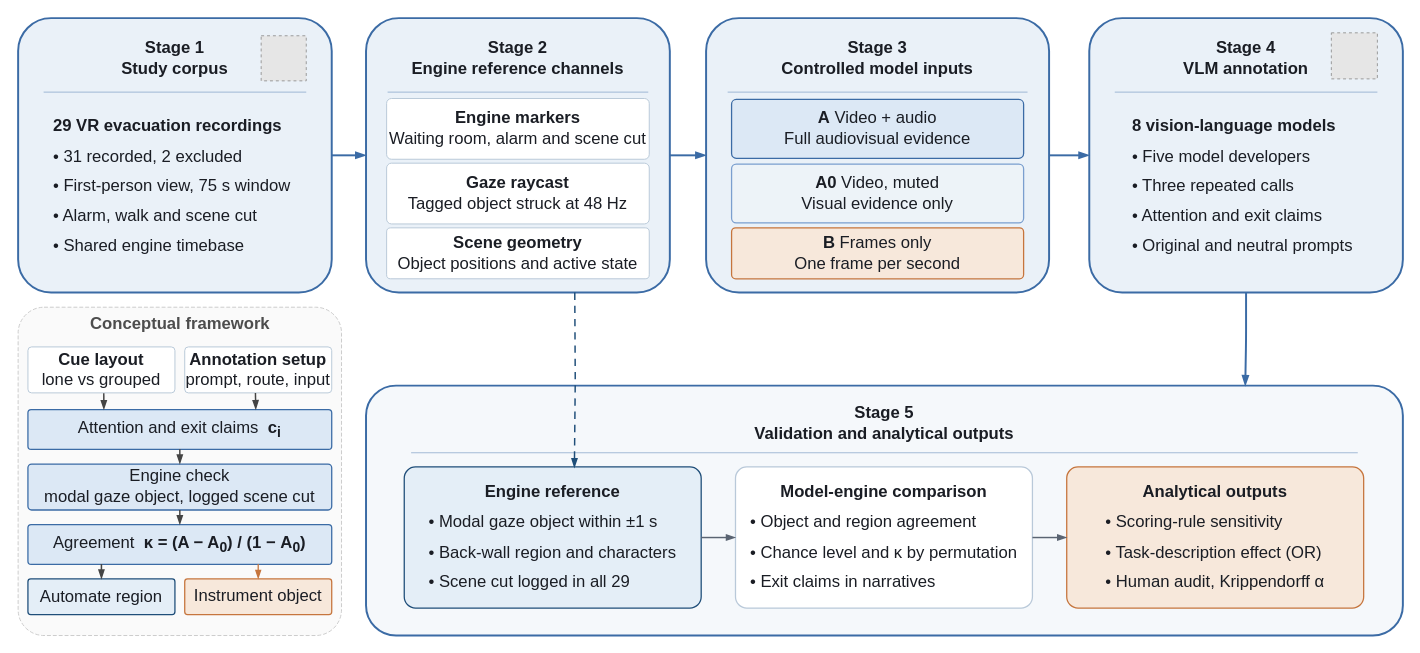
Above: paper/figures/q1_fig1_framework.drawio in pozapas/vr-evacuation-vlm-annotation (draw.io), before the change. Source tidied: cells renumbered, new cells numbered last; positions are measured from the earlier drawing's top-left corner, leaving out a move shared by most shapes. Both pictures are drawn from the tidied source at 98%, with x=0, y=0 at pixel (18, 18). Pictures stored in the file or linked from it are replaced by grey dashed boxes.
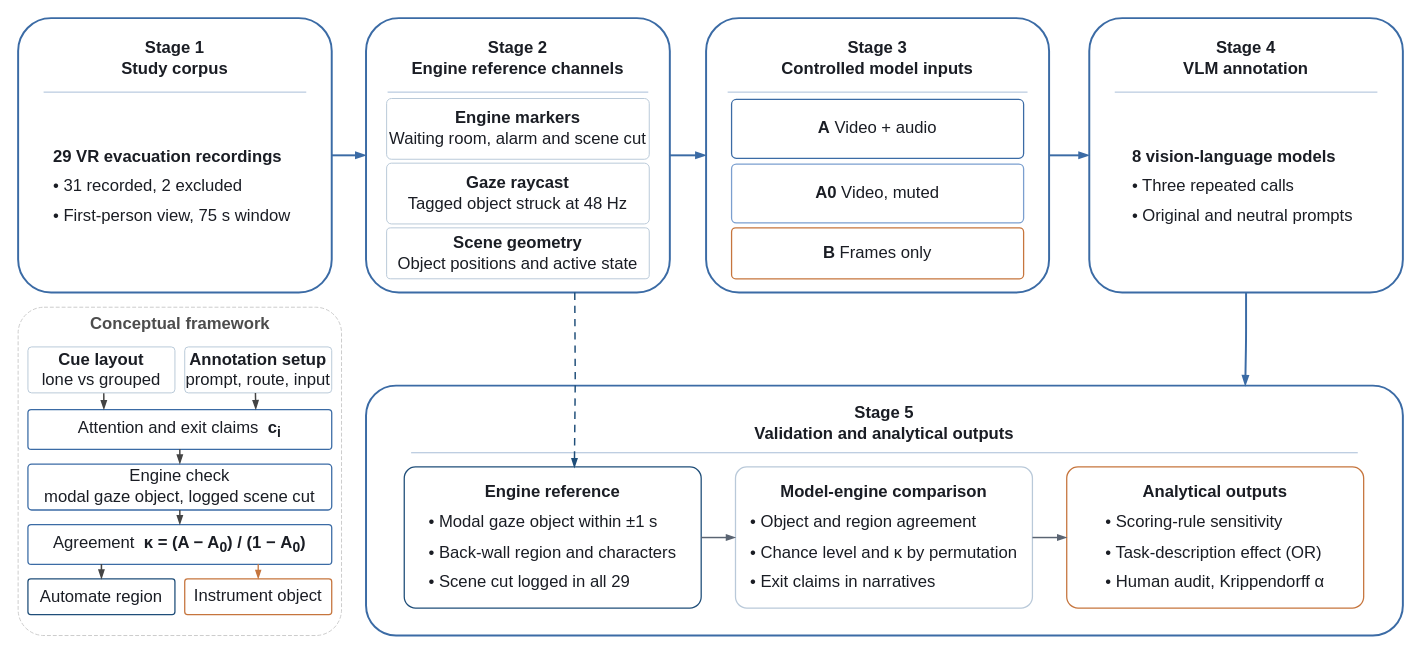
The same diagram, later.

Commit message (it also covers changes not shown here):
Co-author revision: new title, plain study-design figure, Table 3 caption, supplement updates, anonymized license

Diff of the diagram source:
```diff
@@
-<mxGraphModel>
+<mxGraphModel background="#FFFFFF">
@@
-    <mxCell id="2" style="rounded=1;whiteSpace=wrap;html=1;fillColor=#EAF1F8;strokeColor=#3B6BA5;strokeWidth=2;arcSize=12;shadow=0;fontSize=17;fontFamily=Helvetica;" parent="1" vertex="1">
+    <mxCell id="2" style="rounded=1;whiteSpace=wrap;html=1;fillColor=#FFFFFF;strokeColor=#3B6BA5;strokeWidth=2;arcSize=12;shadow=0;fontSize=17;fontFamily=Helvetica;" parent="1" vertex="1">
       <mxGeometry width="320" height="280" as="geometry" />
     </mxCell>
@@
-    <mxCell id="5" value="&lt;div style=&quot;line-height: 180%;&quot;&gt;&lt;b&gt;29 VR evacuation recordings&lt;/b&gt;&lt;br&gt;&amp;#8226; 31 recorded, 2 excluded&lt;br&gt;&amp;#8226; First-person view, 75 s window&lt;br&gt;&amp;#8226; Alarm, walk and scene cut&lt;br&gt;&amp;#8226; Shared engine timebase&lt;/div&gt;" style="rounded=1;whiteSpace=wrap;html=1;fillColor=none;strokeColor=none;strokeWidth=1;arcSize=8;align=left;verticalAlign=middle;spacingLeft=14;spacingRight=10;fontSize=17;fontFamily=Helvetica;fontColor=#1A1D24;" parent="1" vertex="1">
+    <mxCell id="5" value="&lt;div style=&quot;line-height: 180%;&quot;&gt;&lt;b&gt;29 VR evacuation recordings&lt;/b&gt;&lt;br&gt;&amp;#8226; 31 recorded, 2 excluded&lt;br&gt;&amp;#8226; First-person view, 75 s window&lt;/div&gt;" style="rounded=1;whiteSpace=wrap;html=1;fillColor=none;strokeColor=none;strokeWidth=1;arcSize=8;align=left;verticalAlign=middle;spacingLeft=14;spacingRight=10;fontSize=17;fontFamily=Helvetica;fontColor=#1A1D24;" parent="1" vertex="1">
       <mxGeometry x="20" y="94" width="279" height="156" as="geometry" />
     </mxCell>
-    <mxCell id="6" style="rounded=1;whiteSpace=wrap;html=1;fillColor=#EAF1F8;strokeColor=#3B6BA5;strokeWidth=2;arcSize=12;shadow=0;fontSize=17;fontFamily=Helvetica;" parent="1" vertex="1">
+    <mxCell id="6" style="rounded=1;whiteSpace=wrap;html=1;fillColor=#FFFFFF;strokeColor=#3B6BA5;strokeWidth=2;arcSize=12;shadow=0;fontSize=17;fontFamily=Helvetica;" parent="1" vertex="1">
       <mxGeometry x="355" width="310" height="280" as="geometry" />
     </mxCell>
@@
-    <mxCell id="12" style="rounded=1;whiteSpace=wrap;html=1;fillColor=#EAF1F8;strokeColor=#3B6BA5;strokeWidth=2;arcSize=12;shadow=0;fontSize=17;fontFamily=Helvetica;" parent="1" vertex="1">
+    <mxCell id="12" style="rounded=1;whiteSpace=wrap;html=1;fillColor=#FFFFFF;strokeColor=#3B6BA5;strokeWidth=2;arcSize=12;shadow=0;fontSize=17;fontFamily=Helvetica;" parent="1" vertex="1">
       <mxGeometry x="702" width="350" height="280" as="geometry" />
     </mxCell>
@@
-    <mxCell id="15" value="&lt;b&gt;A&lt;/b&gt;  Video + audio&lt;br&gt;Full audiovisual evidence" style="rounded=1;whiteSpace=wrap;html=1;fillColor=#DCE8F5;strokeColor=#3B6BA5;strokeWidth=1.3;arcSize=8;align=center;verticalAlign=middle;fontSize=17;fontFamily=Helvetica;fontColor=#1A1D24;" parent="1" vertex="1">
+    <mxCell id="15" value="&lt;b&gt;A&lt;/b&gt;  Video + audio" style="rounded=1;whiteSpace=wrap;html=1;fillColor=#FFFFFF;strokeColor=#3B6BA5;strokeWidth=1.3;arcSize=8;align=center;verticalAlign=middle;fontSize=17;fontFamily=Helvetica;fontColor=#1A1D24;" parent="1" vertex="1">
       <mxGeometry x="728" y="83" width="298" height="60" as="geometry" />
     </mxCell>
-    <mxCell id="16" value="&lt;b&gt;A0&lt;/b&gt;  Video, muted&lt;br&gt;Visual evidence only" style="rounded=1;whiteSpace=wrap;html=1;fillColor=#EDF3F8;strokeColor=#7B9FCF;strokeWidth=1.3;arcSize=8;align=center;verticalAlign=middle;fontSize=17;fontFamily=Helvetica;fontColor=#1A1D24;" parent="1" vertex="1">
+    <mxCell id="16" value="&lt;b&gt;A0&lt;/b&gt;  Video, muted" style="rounded=1;whiteSpace=wrap;html=1;fillColor=#FFFFFF;strokeColor=#7B9FCF;strokeWidth=1.3;arcSize=8;align=center;verticalAlign=middle;fontSize=17;fontFamily=Helvetica;fontColor=#1A1D24;" parent="1" vertex="1">
       <mxGeometry x="728" y="149" width="298" height="60" as="geometry" />
     </mxCell>
-    <mxCell id="17" value="&lt;b&gt;B&lt;/b&gt;  Frames only&lt;br&gt;One frame per second" style="rounded=1;whiteSpace=wrap;html=1;fillColor=#F7E8DB;strokeColor=#C6753D;strokeWidth=1.3;arcSize=8;align=center;verticalAlign=middle;fontSize=17;fontFamily=Helvetica;fontColor=#1A1D24;" parent="1" vertex="1">
+    <mxCell id="17" value="&lt;b&gt;B&lt;/b&gt;  Frames only" style="rounded=1;whiteSpace=wrap;html=1;fillColor=#FFFFFF;strokeColor=#C6753D;strokeWidth=1.3;arcSize=8;align=center;verticalAlign=middle;fontSize=17;fontFamily=Helvetica;fontColor=#1A1D24;" parent="1" vertex="1">
       <mxGeometry x="728" y="214" width="298" height="52" as="geometry" />
     </mxCell>
-    <mxCell id="18" style="rounded=1;whiteSpace=wrap;html=1;fillColor=#EAF1F8;strokeColor=#3B6BA5;strokeWidth=2;arcSize=12;shadow=0;fontSize=17;fontFamily=Helvetica;" parent="1" vertex="1">
+    <mxCell id="18" style="rounded=1;whiteSpace=wrap;html=1;fillColor=#FFFFFF;strokeColor=#3B6BA5;strokeWidth=2;arcSize=12;shadow=0;fontSize=17;fontFamily=Helvetica;" parent="1" vertex="1">
       <mxGeometry x="1093" width="320" height="280" as="geometry" />
     </mxCell>
@@
-    <mxCell id="21" value="&lt;div style=&quot;line-height: 180%;&quot;&gt;&lt;b&gt;8 vision-language models&lt;/b&gt;&lt;br&gt;&amp;#8226; Five model developers&lt;br&gt;&amp;#8226; Three repeated calls&lt;br&gt;&amp;#8226; Attention and exit claims&lt;br&gt;&amp;#8226; Original and neutral prompts&lt;/div&gt;" style="rounded=1;whiteSpace=wrap;html=1;fillColor=none;strokeWidth=1;arcSize=8;align=left;verticalAlign=middle;spacingLeft=14;spacingRight=10;fontSize=17;fontFamily=Helvetica;fontColor=#1A1D24;strokeColor=none;" parent="1" vertex="1">
+    <mxCell id="21" value="&lt;div style=&quot;line-height: 180%;&quot;&gt;&lt;b&gt;8 vision-language models&lt;/b&gt;&lt;br&gt;&amp;#8226; Three repeated calls&lt;br&gt;&amp;#8226; Original and neutral prompts&lt;/div&gt;" style="rounded=1;whiteSpace=wrap;html=1;fillColor=none;strokeWidth=1;arcSize=8;align=left;verticalAlign=middle;spacingLeft=14;spacingRight=10;fontSize=17;fontFamily=Helvetica;fontColor=#1A1D24;strokeColor=none;" parent="1" vertex="1">
       <mxGeometry x="1121" y="74.5" width="254" height="195" as="geometry" />
     </mxCell>
-    <mxCell id="22" style="rounded=1;whiteSpace=wrap;html=1;fillColor=#F5F8FB;strokeColor=#3B6BA5;strokeWidth=2;arcSize=12;shadow=0;fontSize=17;fontFamily=Helvetica;" parent="1" vertex="1">
+    <mxCell id="22" style="rounded=1;whiteSpace=wrap;html=1;fillColor=#FFFFFF;strokeColor=#3B6BA5;strokeWidth=2;arcSize=12;shadow=0;fontSize=17;fontFamily=Helvetica;" parent="1" vertex="1">
       <mxGeometry x="355" y="375" width="1058" height="255" as="geometry" />
     </mxCell>
@@
-    <mxCell id="25" value="&lt;div style=&quot;line-height: 180%;&quot;&gt;&lt;b&gt;Engine reference&lt;/b&gt;&lt;br&gt;&lt;div style=&quot;text-align: left;&quot;&gt;&amp;#8226; Modal gaze object within &amp;#177;1 s&lt;/div&gt;&lt;div style=&quot;text-align: left;&quot;&gt;&amp;#8226; Back-wall region and characters&lt;/div&gt;&lt;div style=&quot;text-align: left;&quot;&gt;&amp;#8226; Scene cut logged in all 29&lt;/div&gt;&lt;/div&gt;" style="rounded=1;whiteSpace=wrap;html=1;fillColor=#E4EEF7;strokeColor=#1F4E79;strokeWidth=1.3;arcSize=8;align=center;verticalAlign=middle;fontSize=17;fontFamily=Helvetica;fontColor=#1A1D24;" parent="1" vertex="1">
+    <mxCell id="25" value="&lt;div style=&quot;line-height: 180%;&quot;&gt;&lt;b&gt;Engine reference&lt;/b&gt;&lt;br&gt;&lt;div style=&quot;text-align: left;&quot;&gt;&amp;#8226; Modal gaze object within &amp;#177;1 s&lt;/div&gt;&lt;div style=&quot;text-align: left;&quot;&gt;&amp;#8226; Back-wall region and characters&lt;/div&gt;&lt;div style=&quot;text-align: left;&quot;&gt;&amp;#8226; Scene cut logged in all 29&lt;/div&gt;&lt;/div&gt;" style="rounded=1;whiteSpace=wrap;html=1;fillColor=#FFFFFF;strokeColor=#1F4E79;strokeWidth=1.3;arcSize=8;align=center;verticalAlign=middle;fontSize=17;fontFamily=Helvetica;fontColor=#1A1D24;" parent="1" vertex="1">
       <mxGeometry x="394" y="458" width="303" height="144" as="geometry" />
     </mxCell>
@@
-    <mxCell id="27" value="&lt;div style=&quot;line-height: 180%;&quot;&gt;&lt;b&gt;Analytical outputs&lt;/b&gt;&lt;br&gt;&lt;div style=&quot;text-align: left;&quot;&gt;&amp;#8226; Scoring-rule sensitivity&lt;/div&gt;&lt;div style=&quot;text-align: left;&quot;&gt;&amp;#8226; Task-description effect (OR)&lt;/div&gt;&lt;div style=&quot;text-align: left;&quot;&gt;&amp;#8226; Human audit, Krippendorff &amp;#945;&lt;/div&gt;&lt;/div&gt;" style="rounded=1;whiteSpace=wrap;html=1;fillColor=#F7E8DB;strokeColor=#C6753D;strokeWidth=1.3;arcSize=8;align=center;verticalAlign=middle;fontSize=17;fontFamily=Helvetica;fontColor=#1A1D24;" parent="1" vertex="1">
+    <mxCell id="27" value="&lt;div style=&quot;line-height: 180%;&quot;&gt;&lt;b&gt;Analytical outputs&lt;/b&gt;&lt;br&gt;&lt;div style=&quot;text-align: left;&quot;&gt;&amp;#8226; Scoring-rule sensitivity&lt;/div&gt;&lt;div style=&quot;text-align: left;&quot;&gt;&amp;#8226; Task-description effect (OR)&lt;/div&gt;&lt;div style=&quot;text-align: left;&quot;&gt;&amp;#8226; Human audit, Krippendorff &amp;#945;&lt;/div&gt;&lt;/div&gt;" style="rounded=1;whiteSpace=wrap;html=1;fillColor=#FFFFFF;strokeColor=#C6753D;strokeWidth=1.3;arcSize=8;align=center;verticalAlign=middle;fontSize=17;fontFamily=Helvetica;fontColor=#1A1D24;" parent="1" vertex="1">
       <mxGeometry x="1070" y="458" width="303" height="144" as="geometry" />
     </mxCell>
@@
-    <mxCell id="35" style="fillColor=#E6E6E6;strokeColor=#999999;dashed=1;verticalLabelPosition=bottom;labelBackgroundColor=default;verticalAlign=top;" parent="1" vertex="1">
-      <mxGeometry x="248" y="18" width="46" height="46" as="geometry" />
-    </mxCell>
-    <mxCell id="36" style="fillColor=#E6E6E6;strokeColor=#999999;dashed=1;verticalLabelPosition=bottom;labelBackgroundColor=default;verticalAlign=top;" parent="1" vertex="1">
-      <mxGeometry x="1340" y="15" width="47" height="47" as="geometry" />
-    </mxCell>
-    <mxCell id="37" style="rounded=1;whiteSpace=wrap;html=1;fillColor=#FAFAFA;strokeColor=#CCCCCC;strokeWidth=1;dashed=1;dashPattern=4 2;arcSize=8;fontSize=17;" parent="1" vertex="1">
+    <mxCell id="37" style="rounded=1;whiteSpace=wrap;html=1;fillColor=#FFFFFF;strokeColor=#CCCCCC;strokeWidth=1;dashed=1;dashPattern=4 2;arcSize=8;fontSize=17;" parent="1" vertex="1">
       <mxGeometry y="295" width="330" height="335" as="geometry" />
     </mxCell>
@@
-    <mxCell id="41" value="Attention and exit claims&amp;nbsp; &lt;b&gt;c&lt;sub&gt;i&lt;/sub&gt;&lt;/b&gt;" style="rounded=1;whiteSpace=wrap;html=1;fillColor=#DCE8F5;strokeColor=#3B6BA5;strokeWidth=1.3;arcSize=8;align=center;verticalAlign=middle;fontSize=17;fontFamily=Helvetica;fontColor=#1A1D24;" parent="1" vertex="1">
+    <mxCell id="41" value="Attention and exit claims&amp;nbsp; &lt;b&gt;c&lt;sub&gt;i&lt;/sub&gt;&lt;/b&gt;" style="rounded=1;whiteSpace=wrap;html=1;fillColor=#FFFFFF;strokeColor=#3B6BA5;strokeWidth=1.3;arcSize=8;align=center;verticalAlign=middle;fontSize=17;fontFamily=Helvetica;fontColor=#1A1D24;" parent="1" vertex="1">
       <mxGeometry x="10" y="399.5" width="310" height="40.5" as="geometry" />
     </mxCell>
-    <mxCell id="42" value="Engine check&lt;br&gt;modal gaze object, logged scene cut" style="rounded=1;whiteSpace=wrap;html=1;fillColor=#DCE8F5;strokeColor=#3B6BA5;strokeWidth=1.3;arcSize=8;align=center;verticalAlign=middle;fontSize=17;fontFamily=Helvetica;fontColor=#1A1D24;" parent="1" vertex="1">
+    <mxCell id="42" value="Engine check&lt;br&gt;modal gaze object, logged scene cut" style="rounded=1;whiteSpace=wrap;html=1;fillColor=#FFFFFF;strokeColor=#3B6BA5;strokeWidth=1.3;arcSize=8;align=center;verticalAlign=middle;fontSize=17;fontFamily=Helvetica;fontColor=#1A1D24;" parent="1" vertex="1">
       <mxGeometry x="10" y="455" width="310" height="46.9" as="geometry" />
     </mxCell>
-    <mxCell id="43" value="Agreement&amp;nbsp; &lt;b&gt;&amp;#954; = (A &amp;#8722; A&lt;sub&gt;0&lt;/sub&gt;) / (1 &amp;#8722; A&lt;sub&gt;0&lt;/sub&gt;)&lt;/b&gt;" style="rounded=1;whiteSpace=wrap;html=1;fillColor=#DCE8F5;strokeColor=#3B6BA5;strokeWidth=1.3;arcSize=8;align=center;verticalAlign=middle;fontSize=17;fontFamily=Helvetica;fontColor=#1A1D24;" parent="1" vertex="1">
+    <mxCell id="43" value="Agreement&amp;nbsp; &lt;b&gt;&amp;#954; = (A &amp;#8722; A&lt;sub&gt;0&lt;/sub&gt;) / (1 &amp;#8722; A&lt;sub&gt;0&lt;/sub&gt;)&lt;/b&gt;" style="rounded=1;whiteSpace=wrap;html=1;fillColor=#FFFFFF;strokeColor=#3B6BA5;strokeWidth=1.3;arcSize=8;align=center;verticalAlign=middle;fontSize=17;fontFamily=Helvetica;fontColor=#1A1D24;" parent="1" vertex="1">
       <mxGeometry x="10" y="516.9" width="310" height="40.5" as="geometry" />
     </mxCell>
-    <mxCell id="44" value="&lt;div style=&quot;line-height: 100%;&quot;&gt;Automate region&lt;/div&gt;" style="rounded=1;whiteSpace=wrap;html=1;fillColor=#E4EEF7;strokeColor=#1F4E79;strokeWidth=1.3;arcSize=8;align=center;verticalAlign=middle;fontSize=17;fontFamily=Helvetica;fontColor=#1A1D24;" parent="1" vertex="1">
+    <mxCell id="44" value="&lt;div style=&quot;line-height: 100%;&quot;&gt;Automate region&lt;/div&gt;" style="rounded=1;whiteSpace=wrap;html=1;fillColor=#FFFFFF;strokeColor=#1F4E79;strokeWidth=1.3;arcSize=8;align=center;verticalAlign=middle;fontSize=17;fontFamily=Helvetica;fontColor=#1A1D24;" parent="1" vertex="1">
       <mxGeometry x="10" y="572.3" width="150" height="36.3" as="geometry" />
     </mxCell>
-    <mxCell id="45" value="Instrument object" style="rounded=1;whiteSpace=wrap;html=1;fillColor=#F7E8DB;strokeColor=#C6753D;strokeWidth=1.3;arcSize=8;align=center;verticalAlign=middle;fontSize=17;fontFamily=Helvetica;fontColor=#1A1D24;" parent="1" vertex="1">
+    <mxCell id="45" value="Instrument object" style="rounded=1;whiteSpace=wrap;html=1;fillColor=#FFFFFF;strokeColor=#C6753D;strokeWidth=1.3;arcSize=8;align=center;verticalAlign=middle;fontSize=17;fontFamily=Helvetica;fontColor=#1A1D24;" parent="1" vertex="1">
       <mxGeometry x="170" y="572.3" width="150" height="36.3" as="geometry" />
     </mxCell>
```
